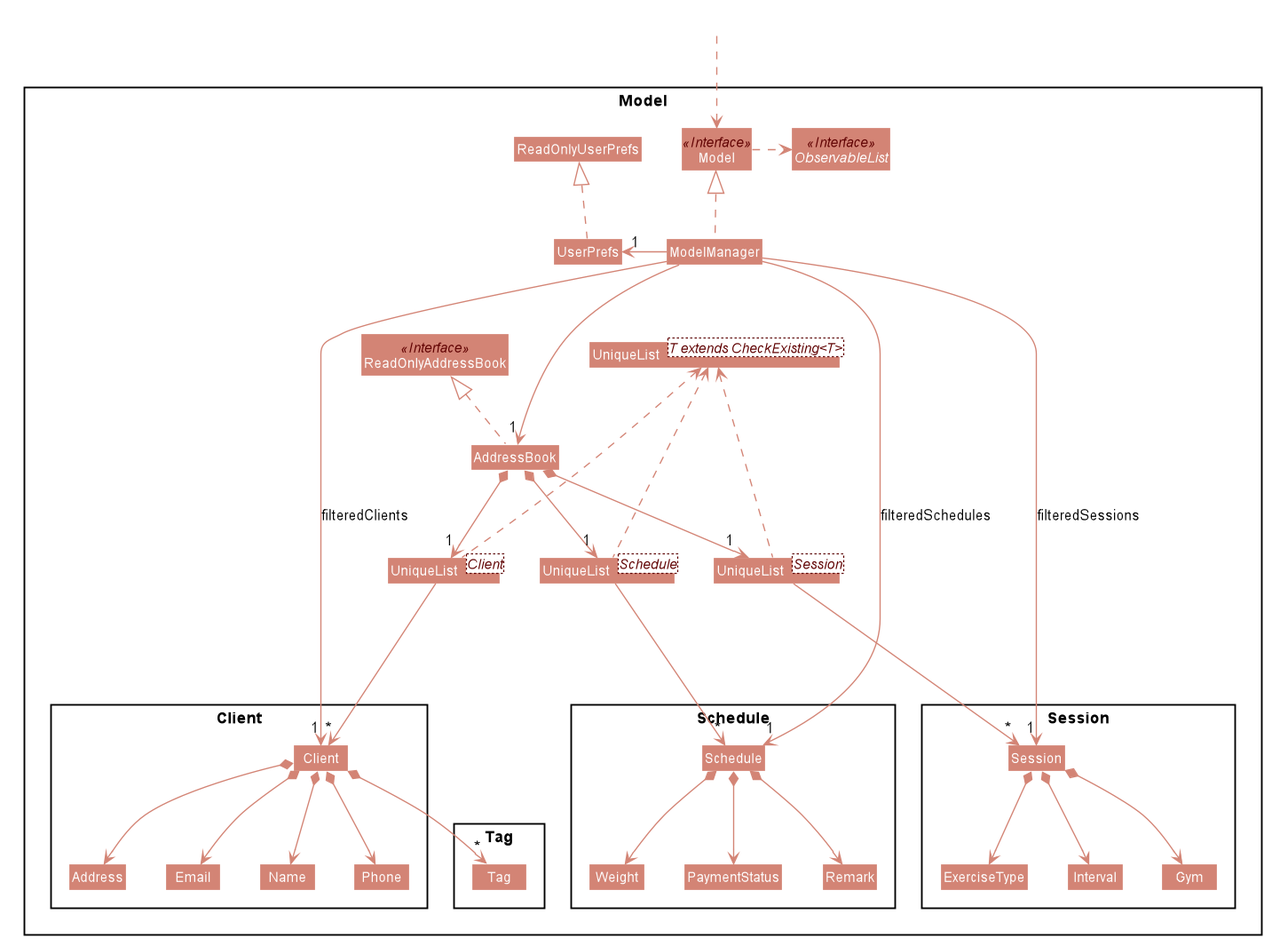
The PlantUML diagram docs/images/ModelClassDiagram.png in tanweijie123/tp, before a commit.
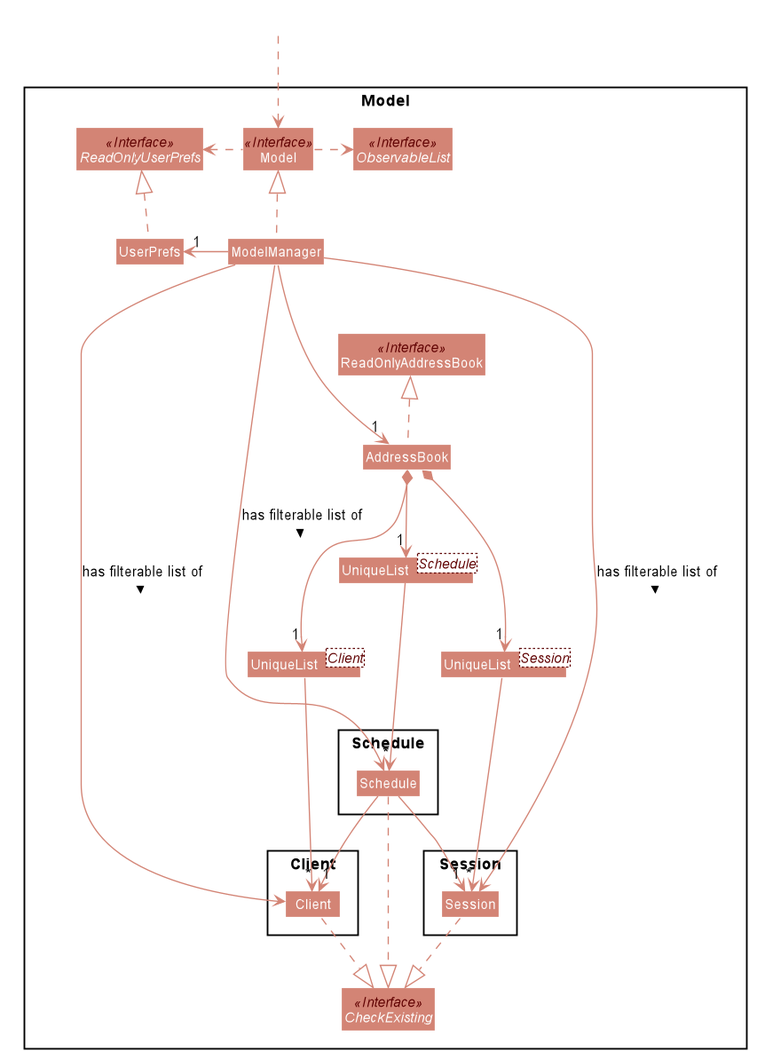
The same diagram one commit later.

Change to the diagram source:
```diff
@@ -63,47 +63,31 @@
 Interface ReadOnlyAddressBook <<Interface>>
 Interface Model <<Interface>>
 Interface ObservableList <<Interface>>
+Interface CheckExisting <<Interface>>
+Interface ReadOnlyUserPrefs <<Interface>>
 
 Class AddressBook
 Class ReadOnlyAddressBook
 Class Model
 Class ModelManager
 Class UserPrefs
-Class ReadOnlyUserPrefs
-class "UniqueList<T extends CheckExisting<T>>" as UniqueList_t
 
 Class "UniqueList<Client>" as UniqueList_client
 Class "UniqueList<Session>" as UniqueList_session
 Class "UniqueList<Schedule>" as UniqueList_schedule
-UniqueList_t <... UniqueList_client
-UniqueList_t <... UniqueList_session
-UniqueList_t <... UniqueList_schedule
 
 Package Client {
 class Client
-Class Address
-Class Email
-Class Name
-Class Phone
 }
 
 Package Session {
 Class Session
-Class Gym
-Class ExerciseType
-Class Interval
 }
 
 Package Schedule {
 Class Schedule
-Class Remark
-Class Weight
-Class PaymentStatus
 }
 
-Package Tag {
-Class Tag
-}
 }
 
 Class HiddenOutside #FFFFFF
@@ -113,39 +97,28 @@
 
 ModelManager .up.|> Model
 Model .right.> ObservableList
+Model .left.> ReadOnlyUserPrefs
 ModelManager ---> "1" AddressBook
 ModelManager --left-> "1" UserPrefs
 UserPrefs .up.|> ReadOnlyUserPrefs
 
 AddressBook *--> "1" UniqueList_client
 UniqueList_client ---> "*" Client
-Client *--> Name
-Client *--> Phone
-Client *--> Email
-Client *--> Address
-Client *--> "*" Tag
-
-Name -[hidden]right-> Phone
-Phone -[hidden]right-> Address
-Address -[hidden]right-> Email
 
 AddressBook *--> "1" UniqueList_session
 UniqueList_session ---> "*" Session
-Session *--> Gym
-Session *--> ExerciseType
-Session *--> Interval
-
-Gym -[hidden]right-> ExerciseType
-ExerciseType -[hidden]right-> Interval
 
 AddressBook *--> "1" UniqueList_schedule
 UniqueList_schedule ---> "*" Schedule
-Schedule *--> Remark
-Schedule *--> Weight
-Schedule *--> PaymentStatus
 
+Client ..|> CheckExisting
+Schedule ..|> CheckExisting
+Session ..|> CheckExisting
 
-ModelManager -->"1" Client : filteredClients
-ModelManager -->"1" Schedule : filteredSchedules
-ModelManager -->"1" Session : filteredSessions
+Schedule --> "1" Client
+Schedule --> "1" Session
+
+ModelManager ---> Client : has filterable list of >
+ModelManager ---> Schedule : has filterable list of >
+ModelManager ---> Session : has filterable list of >
 @enduml
```
